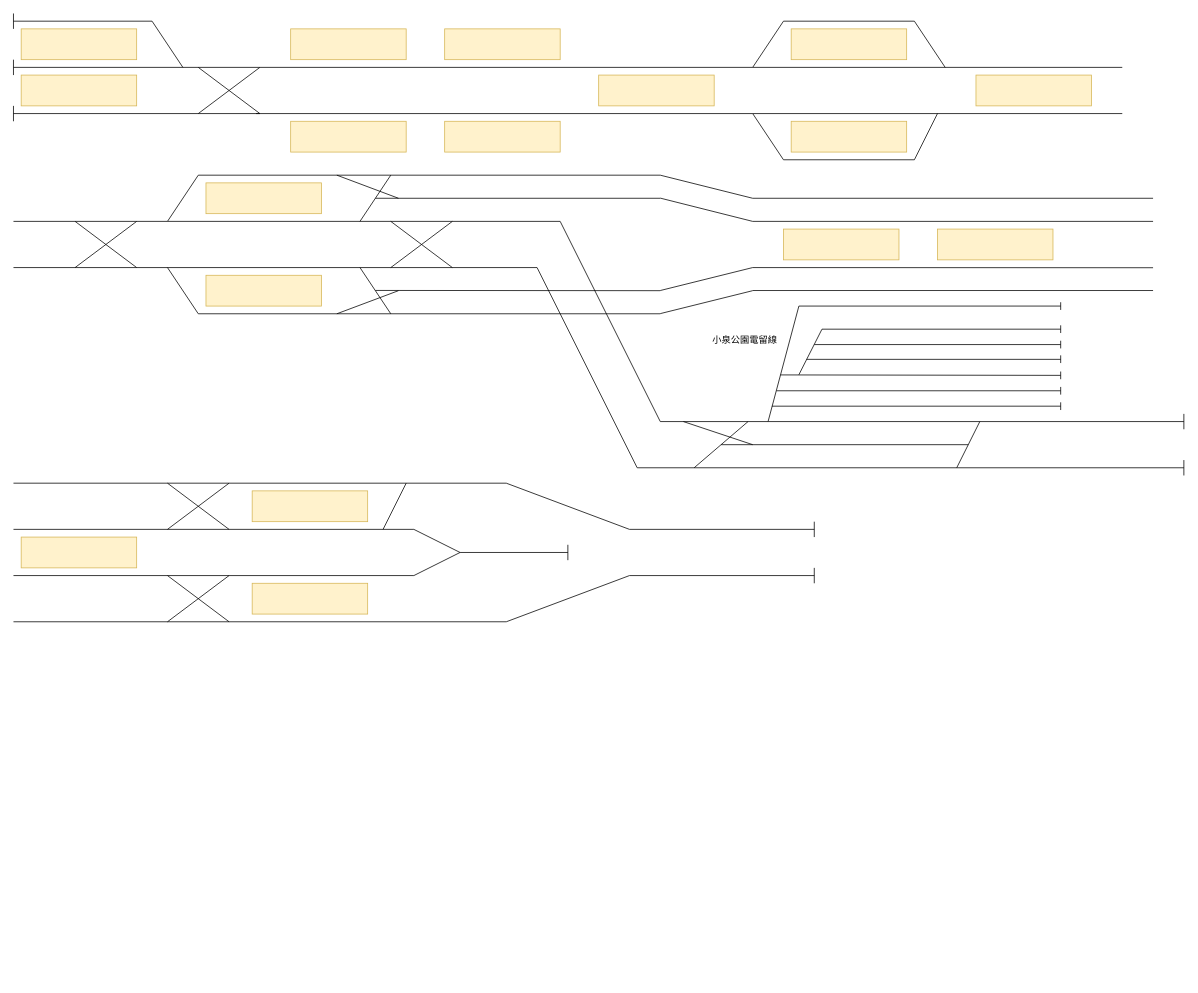
Earlier version of the draw.io diagram Documentation/References/中田鉄道配線図.drawio (neko3141592/Nakatetsu). Source tidied: cells renumbered, new cells numbered last; positions are measured from the earlier drawing's top-left corner, leaving out a move shared by most shapes. Both pictures are drawn from the tidied source at 77%, with x=0, y=0 at pixel (13, 13).
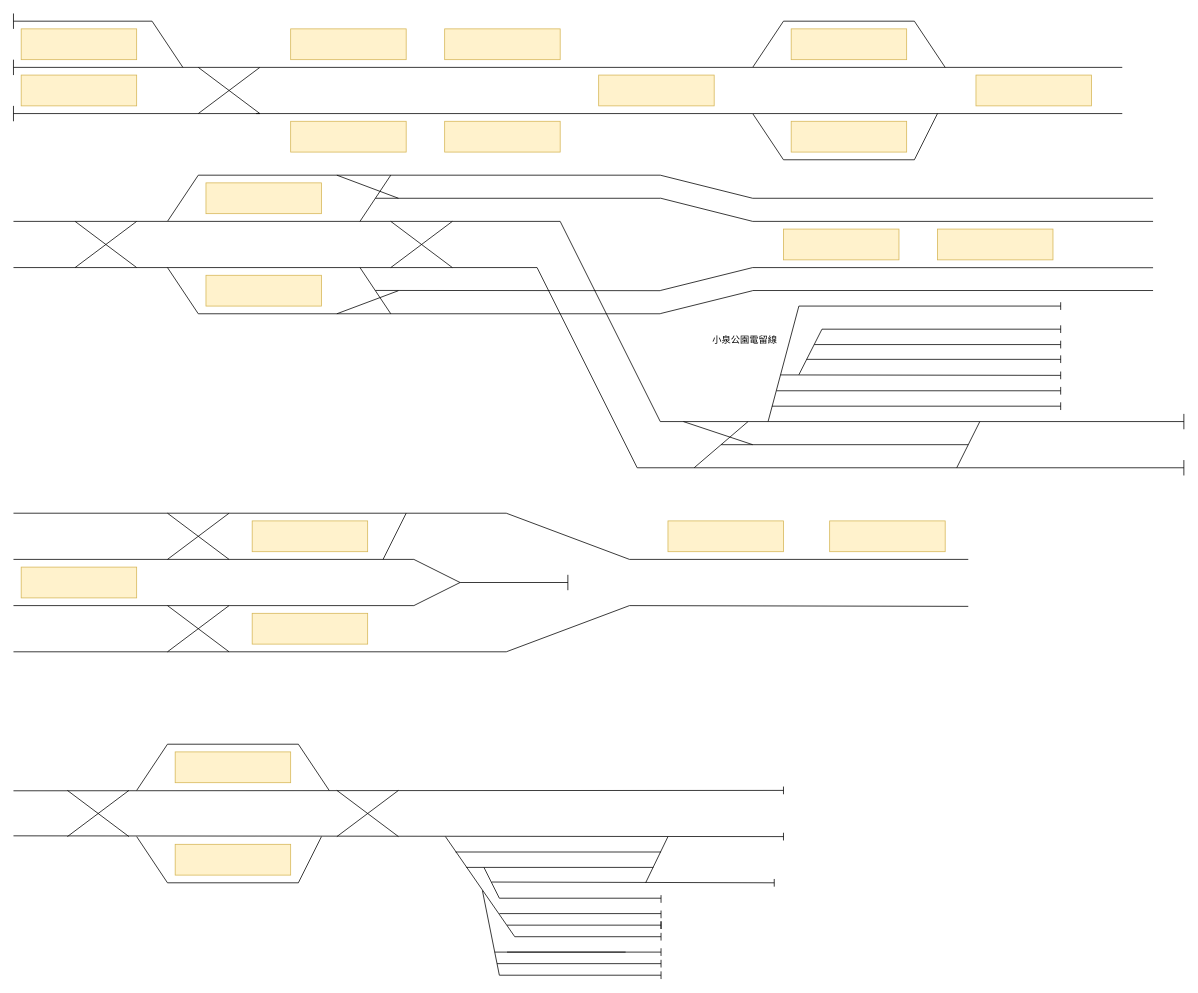
The same page after the edit.

Change to the diagram source:
```diff
@@
     <mxCell id="84" style="endArrow=none;html=1;rounded=0;snapToPoint=1;" parent="1" edge="1">
       <mxGeometry relative="1" as="geometry">
-        <mxPoint y="610" as="sourcePoint" />
-        <mxPoint x="640" y="610" as="targetPoint" />
+        <mxPoint y="649" as="sourcePoint" />
+        <mxPoint x="640" y="649" as="targetPoint" />
       </mxGeometry>
     </mxCell>
     <mxCell id="85" style="endArrow=none;html=1;rounded=0;snapToPoint=1;" parent="1" edge="1">
       <mxGeometry relative="1" as="geometry">
-        <mxPoint y="670" as="sourcePoint" />
-        <mxPoint x="520" y="670" as="targetPoint" />
+        <mxPoint y="709" as="sourcePoint" />
+        <mxPoint x="520" y="709" as="targetPoint" />
       </mxGeometry>
     </mxCell>
     <mxCell id="86" style="endArrow=none;html=1;rounded=0;snapToPoint=1;" parent="1" edge="1">
       <mxGeometry relative="1" as="geometry">
-        <mxPoint y="730" as="sourcePoint" />
-        <mxPoint x="520" y="730" as="targetPoint" />
+        <mxPoint y="769" as="sourcePoint" />
+        <mxPoint x="520" y="769" as="targetPoint" />
       </mxGeometry>
     </mxCell>
     <mxCell id="87" style="endArrow=none;html=1;rounded=0;snapToPoint=1;" parent="1" edge="1">
       <mxGeometry relative="1" as="geometry">
-        <mxPoint y="790" as="sourcePoint" />
-        <mxPoint x="640" y="790" as="targetPoint" />
+        <mxPoint y="829" as="sourcePoint" />
+        <mxPoint x="640" y="829" as="targetPoint" />
       </mxGeometry>
     </mxCell>
     <mxCell id="88" style="rounded=0;whiteSpace=wrap;html=1;fillColor=#fff2cc;strokeColor=#d6b656;" parent="1" vertex="1">
-      <mxGeometry x="10" y="680" width="150" height="40" as="geometry" />
+      <mxGeometry x="10" y="719" width="150" height="40" as="geometry" />
     </mxCell>
     <mxCell id="89" style="endArrow=none;html=1;rounded=0;" parent="1" edge="1">
       <mxGeometry relative="1" as="geometry">
-        <mxPoint x="200" y="610" as="sourcePoint" />
-        <mxPoint x="280" y="670" as="targetPoint" />
+        <mxPoint x="200" y="649" as="sourcePoint" />
+        <mxPoint x="280" y="709" as="targetPoint" />
       </mxGeometry>
     </mxCell>
     <mxCell id="90" style="endArrow=none;html=1;rounded=0;" parent="1" edge="1">
       <mxGeometry relative="1" as="geometry">
-        <mxPoint x="200" y="670" as="sourcePoint" />
-        <mxPoint x="280" y="610" as="targetPoint" />
+        <mxPoint x="200" y="709" as="sourcePoint" />
+        <mxPoint x="280" y="649" as="targetPoint" />
       </mxGeometry>
     </mxCell>
     <mxCell id="91" style="endArrow=none;html=1;rounded=0;" parent="1" edge="1">
       <mxGeometry relative="1" as="geometry">
-        <mxPoint x="200" y="730" as="sourcePoint" />
-        <mxPoint x="280" y="790" as="targetPoint" />
+        <mxPoint x="200" y="769" as="sourcePoint" />
+        <mxPoint x="280" y="829" as="targetPoint" />
       </mxGeometry>
     </mxCell>
     <mxCell id="92" style="endArrow=none;html=1;rounded=0;" parent="1" edge="1">
       <mxGeometry relative="1" as="geometry">
-        <mxPoint x="200" y="790" as="sourcePoint" />
-        <mxPoint x="280" y="730" as="targetPoint" />
+        <mxPoint x="200" y="829" as="sourcePoint" />
+        <mxPoint x="280" y="769" as="targetPoint" />
       </mxGeometry>
     </mxCell>
     <mxCell id="93" value="　" style="rounded=0;whiteSpace=wrap;html=1;fillColor=#fff2cc;strokeColor=#d6b656;" parent="1" vertex="1">
-      <mxGeometry x="310" y="620" width="150" height="40" as="geometry" />
+      <mxGeometry x="310" y="659" width="150" height="40" as="geometry" />
     </mxCell>
     <mxCell id="94" value="　" style="rounded=0;whiteSpace=wrap;html=1;fillColor=#fff2cc;strokeColor=#d6b656;" parent="1" vertex="1">
-      <mxGeometry x="310" y="740" width="150" height="40" as="geometry" />
+      <mxGeometry x="310" y="779" width="150" height="40" as="geometry" />
     </mxCell>
     <mxCell id="95" style="endArrow=none;html=1;rounded=0;" parent="1" edge="1">
       <mxGeometry relative="1" as="geometry">
-        <mxPoint x="510" y="610" as="sourcePoint" />
-        <mxPoint x="480" y="670" as="targetPoint" />
+        <mxPoint x="510" y="649" as="sourcePoint" />
+        <mxPoint x="480" y="709" as="targetPoint" />
       </mxGeometry>
     </mxCell>
     <mxCell id="96" style="endArrow=none;html=1;rounded=0;" parent="1" edge="1">
       <mxGeometry relative="1" as="geometry">
-        <mxPoint x="580" y="700" as="sourcePoint" />
-        <mxPoint x="520" y="670" as="targetPoint" />
+        <mxPoint x="580" y="739" as="sourcePoint" />
+        <mxPoint x="520" y="709" as="targetPoint" />
       </mxGeometry>
     </mxCell>
-    <mxCell id="97" style="endArrow=none;html=1;rounded=0;" parent="1" edge="1">
-      <mxGeometry relative="1" as="geometry">
-        <mxPoint x="1040" y="680" as="sourcePoint" />
-        <mxPoint x="1040" y="660" as="targetPoint" />
-      </mxGeometry>
-    </mxCell>
     <mxCell id="98" style="endArrow=none;html=1;rounded=0;" parent="1" edge="1">
       <mxGeometry relative="1" as="geometry">
-        <mxPoint x="720" y="710" as="sourcePoint" />
-        <mxPoint x="720" y="690" as="targetPoint" />
+        <mxPoint x="720" y="749" as="sourcePoint" />
+        <mxPoint x="720" y="729" as="targetPoint" />
       </mxGeometry>
     </mxCell>
     <mxCell id="99" style="endArrow=none;html=1;rounded=0;snapToPoint=1;" parent="1" edge="1">
       <mxGeometry relative="1" as="geometry">
-        <mxPoint x="640" y="610" as="sourcePoint" />
-        <mxPoint x="800" y="670" as="targetPoint" />
+        <mxPoint x="640" y="649" as="sourcePoint" />
+        <mxPoint x="800" y="709" as="targetPoint" />
       </mxGeometry>
     </mxCell>
     <mxCell id="100" style="endArrow=none;html=1;rounded=0;snapToPoint=1;" parent="1" edge="1">
       <mxGeometry relative="1" as="geometry">
-        <mxPoint x="800" y="670" as="sourcePoint" />
-        <mxPoint x="1040" y="670" as="targetPoint" />
+        <mxPoint x="800" y="709" as="sourcePoint" />
+        <mxPoint x="1240" y="709" as="targetPoint" />
       </mxGeometry>
     </mxCell>
@@
     <mxCell id="103" style="endArrow=none;html=1;rounded=0;snapToPoint=1;" parent="1" edge="1">
       <mxGeometry relative="1" as="geometry">
-        <mxPoint x="640" y="790" as="sourcePoint" />
-        <mxPoint x="800" y="730" as="targetPoint" />
+        <mxPoint x="640" y="829" as="sourcePoint" />
+        <mxPoint x="800" y="769" as="targetPoint" />
       </mxGeometry>
     </mxCell>
     <mxCell id="104" style="endArrow=none;html=1;rounded=0;snapToPoint=1;" parent="1" edge="1">
       <mxGeometry relative="1" as="geometry">
-        <mxPoint x="800" y="730" as="sourcePoint" />
-        <mxPoint x="1040" y="730" as="targetPoint" />
+        <mxPoint x="800" y="769" as="sourcePoint" />
+        <mxPoint x="1240" y="770" as="targetPoint" />
       </mxGeometry>
     </mxCell>
-    <mxCell id="105" style="endArrow=none;html=1;rounded=0;" parent="1" edge="1">
-      <mxGeometry relative="1" as="geometry">
-        <mxPoint x="1040" y="740" as="sourcePoint" />
-        <mxPoint x="1040" y="720" as="targetPoint" />
-      </mxGeometry>
-    </mxCell>
@@
     <mxCell id="108" style="endArrow=none;html=1;rounded=0;" parent="1" edge="1">
       <mxGeometry relative="1" as="geometry">
-        <mxPoint x="580" y="700" as="sourcePoint" />
-        <mxPoint x="520" y="730" as="targetPoint" />
+        <mxPoint x="580" y="739" as="sourcePoint" />
+        <mxPoint x="520" y="769" as="targetPoint" />
       </mxGeometry>
     </mxCell>
     <mxCell id="109" style="endArrow=none;html=1;rounded=0;" parent="1" edge="1">
       <mxGeometry relative="1" as="geometry">
-        <mxPoint x="720" y="700" as="sourcePoint" />
-        <mxPoint x="580" y="700" as="targetPoint" />
+        <mxPoint x="720" y="739" as="sourcePoint" />
+        <mxPoint x="580" y="739" as="targetPoint" />
       </mxGeometry>
     </mxCell>
+    <mxCell id="110" value="　" style="rounded=0;whiteSpace=wrap;html=1;fillColor=#fff2cc;strokeColor=#d6b656;" parent="1" vertex="1">
+      <mxGeometry x="850" y="659" width="150" height="40" as="geometry" />
+    </mxCell>
+    <mxCell id="111" value="　" style="rounded=0;whiteSpace=wrap;html=1;fillColor=#fff2cc;strokeColor=#d6b656;" parent="1" vertex="1">
+      <mxGeometry x="1060" y="659" width="150" height="40" as="geometry" />
+    </mxCell>
+    <mxCell id="112" style="endArrow=none;html=1;rounded=0;snapToPoint=1;" parent="1" edge="1">
+      <mxGeometry relative="1" as="geometry">
+        <mxPoint y="1068" as="sourcePoint" />
+        <mxPoint x="1000" y="1069" as="targetPoint" />
+      </mxGeometry>
+    </mxCell>
+    <mxCell id="113" style="endArrow=none;html=1;rounded=0;snapToPoint=1;" parent="1" edge="1">
+      <mxGeometry relative="1" as="geometry">
+        <mxPoint y="1009.5" as="sourcePoint" />
+        <mxPoint x="1000" y="1009" as="targetPoint" />
+      </mxGeometry>
+    </mxCell>
+    <mxCell id="114" style="endArrow=none;html=1;rounded=0;" parent="1" edge="1">
+      <mxGeometry relative="1" as="geometry">
+        <mxPoint x="200" y="949" as="sourcePoint" />
+        <mxPoint x="160" y="1009" as="targetPoint" />
+      </mxGeometry>
+    </mxCell>
+    <mxCell id="115" style="rounded=0;whiteSpace=wrap;html=1;fillColor=#fff2cc;strokeColor=#d6b656;" parent="1" vertex="1">
+      <mxGeometry x="210" y="959" width="150" height="40" as="geometry" />
+    </mxCell>
+    <mxCell id="116" style="endArrow=none;html=1;rounded=0;snapToPoint=1;" parent="1" edge="1">
+      <mxGeometry relative="1" as="geometry">
+        <mxPoint x="200" y="949" as="sourcePoint" />
+        <mxPoint x="370" y="949" as="targetPoint" />
+      </mxGeometry>
+    </mxCell>
+    <mxCell id="117" style="endArrow=none;html=1;rounded=0;" parent="1" edge="1">
+      <mxGeometry relative="1" as="geometry">
+        <mxPoint x="410" y="1009" as="sourcePoint" />
+        <mxPoint x="370" y="949" as="targetPoint" />
+      </mxGeometry>
+    </mxCell>
+    <mxCell id="118" style="endArrow=none;html=1;rounded=0;" parent="1" edge="1">
+      <mxGeometry relative="1" as="geometry">
+        <mxPoint x="200" y="1129" as="sourcePoint" />
+        <mxPoint x="160" y="1069" as="targetPoint" />
+      </mxGeometry>
+    </mxCell>
+    <mxCell id="119" style="rounded=0;whiteSpace=wrap;html=1;fillColor=#fff2cc;strokeColor=#d6b656;" parent="1" vertex="1">
+      <mxGeometry x="210" y="1079" width="150" height="40" as="geometry" />
+    </mxCell>
+    <mxCell id="120" style="endArrow=none;html=1;rounded=0;snapToPoint=1;" parent="1" edge="1">
+      <mxGeometry relative="1" as="geometry">
+        <mxPoint x="200" y="1129" as="sourcePoint" />
+        <mxPoint x="370" y="1129" as="targetPoint" />
+      </mxGeometry>
+    </mxCell>
+    <mxCell id="121" style="endArrow=none;html=1;rounded=0;" parent="1" edge="1">
+      <mxGeometry relative="1" as="geometry">
+        <mxPoint x="400" y="1069" as="sourcePoint" />
+        <mxPoint x="370" y="1129" as="targetPoint" />
+      </mxGeometry>
+    </mxCell>
+    <mxCell id="122" style="endArrow=none;html=1;rounded=0;" parent="1" edge="1">
+      <mxGeometry relative="1" as="geometry">
+        <mxPoint x="70" y="1009" as="sourcePoint" />
+        <mxPoint x="150" y="1069" as="targetPoint" />
+      </mxGeometry>
+    </mxCell>
+    <mxCell id="123" style="endArrow=none;html=1;rounded=0;" parent="1" edge="1">
+      <mxGeometry relative="1" as="geometry">
+        <mxPoint x="70" y="1069" as="sourcePoint" />
+        <mxPoint x="150" y="1009" as="targetPoint" />
+      </mxGeometry>
+    </mxCell>
+    <mxCell id="124" style="endArrow=none;html=1;rounded=0;" parent="1" edge="1">
+      <mxGeometry relative="1" as="geometry">
+        <mxPoint x="420" y="1009" as="sourcePoint" />
+        <mxPoint x="500" y="1069" as="targetPoint" />
+      </mxGeometry>
+    </mxCell>
+    <mxCell id="125" style="endArrow=none;html=1;rounded=0;" parent="1" edge="1">
+      <mxGeometry relative="1" as="geometry">
+        <mxPoint x="420" y="1069" as="sourcePoint" />
+        <mxPoint x="500" y="1009" as="targetPoint" />
+      </mxGeometry>
+    </mxCell>
+    <mxCell id="126" style="endArrow=none;html=1;rounded=0;" parent="1" edge="1">
+      <mxGeometry relative="1" as="geometry">
+        <mxPoint x="561" y="1069" as="sourcePoint" />
+        <mxPoint x="651" y="1199" as="targetPoint" />
+      </mxGeometry>
+    </mxCell>
+    <mxCell id="127" style="endArrow=none;html=1;rounded=0;snapToPoint=1;" parent="1" edge="1">
+      <mxGeometry relative="1" as="geometry">
+        <mxPoint x="574" y="1089" as="sourcePoint" />
+        <mxPoint x="841" y="1089" as="targetPoint" />
+      </mxGeometry>
+    </mxCell>
+    <mxCell id="128" style="endArrow=none;html=1;rounded=0;snapToPoint=1;" parent="1" edge="1">
+      <mxGeometry relative="1" as="geometry">
+        <mxPoint x="588" y="1109" as="sourcePoint" />
+        <mxPoint x="831" y="1109" as="targetPoint" />
+      </mxGeometry>
+    </mxCell>
+    <mxCell id="129" style="endArrow=none;html=1;rounded=0;" parent="1" edge="1">
+      <mxGeometry relative="1" as="geometry">
+        <mxPoint x="821" y="1129" as="sourcePoint" />
+        <mxPoint x="850" y="1069" as="targetPoint" />
+      </mxGeometry>
+    </mxCell>
+    <mxCell id="130" style="endArrow=none;html=1;rounded=0;snapToPoint=1;" parent="1" edge="1">
+      <mxGeometry relative="1" as="geometry">
+        <mxPoint x="611" y="1109" as="sourcePoint" />
+        <mxPoint x="631" y="1149" as="targetPoint" />
+      </mxGeometry>
+    </mxCell>
+    <mxCell id="131" style="endArrow=none;html=1;rounded=0;snapToPoint=1;" parent="1" edge="1">
+      <mxGeometry relative="1" as="geometry">
+        <mxPoint x="621" y="1128" as="sourcePoint" />
+        <mxPoint x="988" y="1129" as="targetPoint" />
+      </mxGeometry>
+    </mxCell>
+    <mxCell id="132" style="endArrow=none;html=1;rounded=0;snapToPoint=1;" parent="1" edge="1">
+      <mxGeometry relative="1" as="geometry">
+        <mxPoint x="631" y="1149" as="sourcePoint" />
+        <mxPoint x="841" y="1149" as="targetPoint" />
+      </mxGeometry>
+    </mxCell>
+    <mxCell id="133" style="endArrow=none;html=1;rounded=0;" parent="1" edge="1">
+      <mxGeometry relative="1" as="geometry">
+        <mxPoint x="988" y="1134" as="sourcePoint" />
+        <mxPoint x="988" y="1124" as="targetPoint" />
+      </mxGeometry>
+    </mxCell>
+    <mxCell id="134" style="endArrow=none;html=1;rounded=0;" parent="1" edge="1">
+      <mxGeometry relative="1" as="geometry">
+        <mxPoint x="841" y="1155" as="sourcePoint" />
+        <mxPoint x="841" y="1145" as="targetPoint" />
+      </mxGeometry>
+    </mxCell>
+    <mxCell id="135" style="endArrow=none;html=1;rounded=0;snapToPoint=1;" parent="1" edge="1">
+      <mxGeometry relative="1" as="geometry">
+        <mxPoint x="631" y="1169" as="sourcePoint" />
+        <mxPoint x="841" y="1169" as="targetPoint" />
+      </mxGeometry>
+    </mxCell>
+    <mxCell id="136" style="endArrow=none;html=1;rounded=0;" parent="1" edge="1">
+      <mxGeometry relative="1" as="geometry">
+        <mxPoint x="841" y="1175" as="sourcePoint" />
+        <mxPoint x="841" y="1165" as="targetPoint" />
+      </mxGeometry>
+    </mxCell>
+    <mxCell id="137" style="endArrow=none;html=1;rounded=0;snapToPoint=1;" parent="1" edge="1">
+      <mxGeometry relative="1" as="geometry">
+        <mxPoint x="641" y="1184" as="sourcePoint" />
+        <mxPoint x="841" y="1184" as="targetPoint" />
+      </mxGeometry>
+    </mxCell>
+    <mxCell id="138" style="endArrow=none;html=1;rounded=0;" parent="1" edge="1">
+      <mxGeometry relative="1" as="geometry">
+        <mxPoint x="841" y="1189" as="sourcePoint" />
+        <mxPoint x="841" y="1179" as="targetPoint" />
+      </mxGeometry>
+    </mxCell>
+    <mxCell id="139" style="endArrow=none;html=1;rounded=0;snapToPoint=1;" parent="1" edge="1">
+      <mxGeometry relative="1" as="geometry">
+        <mxPoint x="651" y="1199" as="sourcePoint" />
+        <mxPoint x="841" y="1199" as="targetPoint" />
+      </mxGeometry>
+    </mxCell>
+    <mxCell id="140" style="endArrow=none;html=1;rounded=0;" parent="1" edge="1">
+      <mxGeometry relative="1" as="geometry">
+        <mxPoint x="841" y="1189" as="sourcePoint" />
+        <mxPoint x="841" y="1179" as="targetPoint" />
+      </mxGeometry>
+    </mxCell>
+    <mxCell id="141" style="endArrow=none;html=1;rounded=0;" parent="1" edge="1">
+      <mxGeometry relative="1" as="geometry">
+        <mxPoint x="841" y="1204" as="sourcePoint" />
+        <mxPoint x="841" y="1194" as="targetPoint" />
+      </mxGeometry>
+    </mxCell>
+    <mxCell id="142" style="endArrow=none;html=1;rounded=0;snapToPoint=1;" parent="1" edge="1">
+      <mxGeometry relative="1" as="geometry">
+        <mxPoint x="631" y="1249" as="sourcePoint" />
+        <mxPoint x="609" y="1139" as="targetPoint" />
+      </mxGeometry>
+    </mxCell>
+    <mxCell id="143" style="endArrow=none;html=1;rounded=0;snapToPoint=1;" parent="1" edge="1">
+      <mxGeometry relative="1" as="geometry">
+        <mxPoint x="795" y="1219" as="sourcePoint" />
+        <mxPoint x="625" y="1219" as="targetPoint" />
+      </mxGeometry>
+    </mxCell>
+    <mxCell id="144" style="endArrow=none;html=1;rounded=0;snapToPoint=1;" parent="1" edge="1">
+      <mxGeometry relative="1" as="geometry">
+        <mxPoint x="841" y="1219" as="sourcePoint" />
+        <mxPoint x="641" y="1219" as="targetPoint" />
+      </mxGeometry>
+    </mxCell>
+    <mxCell id="145" style="endArrow=none;html=1;rounded=0;snapToPoint=1;" parent="1" edge="1">
+      <mxGeometry relative="1" as="geometry">
+        <mxPoint x="841" y="1234" as="sourcePoint" />
+        <mxPoint x="628" y="1234" as="targetPoint" />
+      </mxGeometry>
+    </mxCell>
+    <mxCell id="146" style="endArrow=none;html=1;rounded=0;snapToPoint=1;" parent="1" edge="1">
+      <mxGeometry relative="1" as="geometry">
+        <mxPoint x="841" y="1249" as="sourcePoint" />
+        <mxPoint x="631" y="1249" as="targetPoint" />
+      </mxGeometry>
+    </mxCell>
+    <mxCell id="147" style="endArrow=none;html=1;rounded=0;" parent="1" edge="1">
+      <mxGeometry relative="1" as="geometry">
+        <mxPoint x="841" y="1224" as="sourcePoint" />
+        <mxPoint x="841" y="1214" as="targetPoint" />
+      </mxGeometry>
+    </mxCell>
+    <mxCell id="148" style="endArrow=none;html=1;rounded=0;" parent="1" edge="1">
+      <mxGeometry relative="1" as="geometry">
+        <mxPoint x="841" y="1239" as="sourcePoint" />
+        <mxPoint x="841" y="1229" as="targetPoint" />
+      </mxGeometry>
+    </mxCell>
+    <mxCell id="149" style="endArrow=none;html=1;rounded=0;" parent="1" edge="1">
+      <mxGeometry relative="1" as="geometry">
+        <mxPoint x="841" y="1254" as="sourcePoint" />
+        <mxPoint x="841" y="1244" as="targetPoint" />
+      </mxGeometry>
+    </mxCell>
+    <mxCell id="150" style="endArrow=none;html=1;rounded=0;" parent="1" edge="1">
+      <mxGeometry relative="1" as="geometry">
+        <mxPoint x="1000" y="1074" as="sourcePoint" />
+        <mxPoint x="1000" y="1064" as="targetPoint" />
+      </mxGeometry>
+    </mxCell>
+    <mxCell id="151" style="endArrow=none;html=1;rounded=0;" parent="1" edge="1">
+      <mxGeometry relative="1" as="geometry">
+        <mxPoint x="1000" y="1014" as="sourcePoint" />
+        <mxPoint x="1000" y="1004" as="targetPoint" />
+      </mxGeometry>
+    </mxCell>
```
